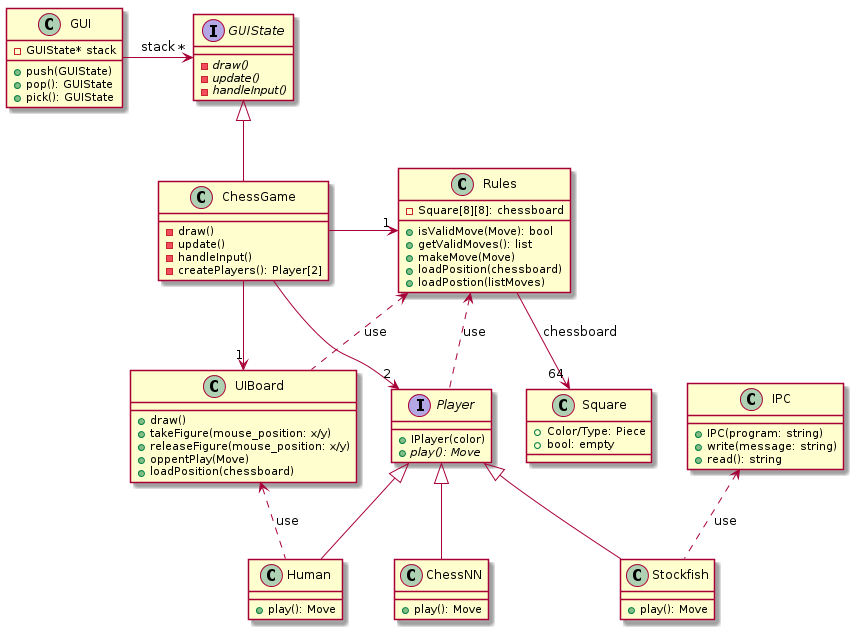
The PlantUML diagram doc/UML/class.png in Lecrapouille/ChessNeuNeu, before a commit. The source it was exported from:
```plantuml
@startuml

class IPC {
+IPC(program: string)
+write(message: string)
+read(): string
}

class GUI {
+push(GUIState)
+pop(): GUIState
+pick(): GUIState
-GUIState* stack
}

interface GUIState {
-{abstract} draw()
-{abstract} update()
-{abstract} handleInput()
}

class ChessGame {
-draw()
-update()
-handleInput()
-createPlayers(): Player[2]
}

class UIBoard {
+draw()
+takeFigure(mouse_position: x/y)
+releaseFigure(mouse_position: x/y)
+oppentPlay(Move)
+loadPosition(chessboard)
}

class Rules {
-Square[8][8]: chessboard
+isValidMove(Move): bool
+getValidMoves(): list
+makeMove(Move)
+loadPosition(chessboard)
+loadPostion(listMoves)
}

interface Player {
+IPlayer(color)
+{abstract} play(): Move
}

class Human {
+play(): Move
}

class Stockfish {
+play(): Move
}

class ChessNN {
+play(): Move
}

class Square {
+ Color/Type: Piece
+ bool: empty
}

GUI -> "*" GUIState: "stack"
GUIState <|-- ChessGame
ChessGame -> "1" Rules
ChessGame --> "2" Player
ChessGame --> "1" UIBoard
UIBoard <.. Human: "use"
Rules <.. UIBoard: "use"

Player <|-- Human
Player <|-- Stockfish
Player <|-- ChessNN
IPC <.. Stockfish: "use"

Rules <.. Player: "use"
Rules --> "64" Square: chessboard

@enduml
```
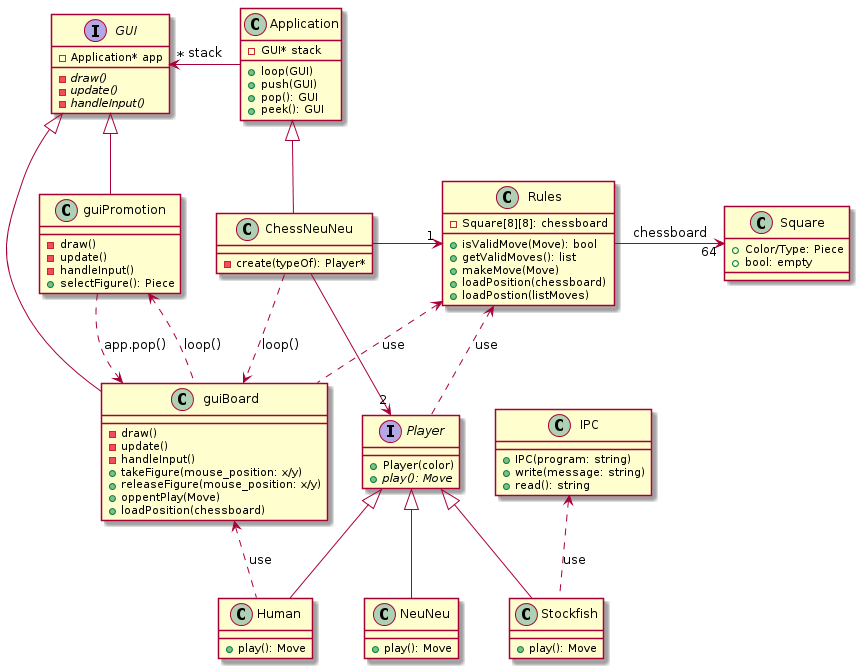
Later version of the same file.

Diff of the diagram source:
```diff
@@ -6,32 +6,40 @@
 +read(): string
 }
 
-class GUI {
-+push(GUIState)
-+pop(): GUIState
-+pick(): GUIState
--GUIState* stack
+class Application {
++loop(GUI)
++push(GUI)
++pop(): GUI
++peek(): GUI
+-GUI* stack
 }
 
-interface GUIState {
+interface GUI {
+-Application* app
 -{abstract} draw()
 -{abstract} update()
 -{abstract} handleInput()
 }
 
-class ChessGame {
+class ChessNeuNeu {
+-create(typeOf): Player*
+}
+
+class guiBoard {
 -draw()
 -update()
 -handleInput()
--createPlayers(): Player[2]
-}
-
-class UIBoard {
-+draw()
 +takeFigure(mouse_position: x/y)
 +releaseFigure(mouse_position: x/y)
 +oppentPlay(Move)
 +loadPosition(chessboard)
+}
+
+class guiPromotion {
+-draw()
+-update()
+-handleInput()
++selectFigure(): Piece
 }
 
 class Rules {
@@ -44,7 +52,7 @@
 }
 
 interface Player {
-+IPlayer(color)
++Player(color)
 +{abstract} play(): Move
 }
 
@@ -56,7 +64,7 @@
 +play(): Move
 }
 
-class ChessNN {
+class NeuNeu {
 +play(): Move
 }
 
@@ -65,20 +73,24 @@
 + bool: empty
 }
 
-GUI -> "*" GUIState: "stack"
-GUIState <|-- ChessGame
-ChessGame -> "1" Rules
-ChessGame --> "2" Player
-ChessGame --> "1" UIBoard
-UIBoard <.. Human: "use"
-Rules <.. UIBoard: "use"
+GUI "*" <- Application: "stack"
+GUI <|-- guiBoard
+GUI <|-- guiPromotion
+Application <|-- ChessNeuNeu
+ChessNeuNeu -> "1" Rules
+ChessNeuNeu --> "2" Player
+ChessNeuNeu ..> guiBoard: "loop()"
+guiBoard <.. Human: "use"
+Rules <.. guiBoard: "use"
+guiPromotion <.. guiBoard: "loop()"
+guiPromotion ..> guiBoard: "app.pop()"
 
 Player <|-- Human
 Player <|-- Stockfish
-Player <|-- ChessNN
+Player <|-- NeuNeu
 IPC <.. Stockfish: "use"
 
 Rules <.. Player: "use"
-Rules --> "64" Square: chessboard
+Rules -> "  64" Square: chessboard
 
 @enduml
```
